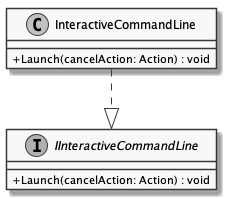
This is documents/sd/resources/Classes/Core/CLI/InteractiveCommandLine.png from insightmind/MORR, a PlantUML export, as it was before one commit.
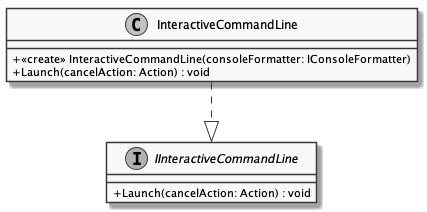
After the commit.

What changed in the source:
```diff
@@ -3,6 +3,7 @@
 skinparam classAttributeIconSize 0
 
 class InteractiveCommandLine {
+    + <<create>> InteractiveCommandLine(consoleFormatter: IConsoleFormatter)
     + Launch(cancelAction: Action) : void
 }
 
```
